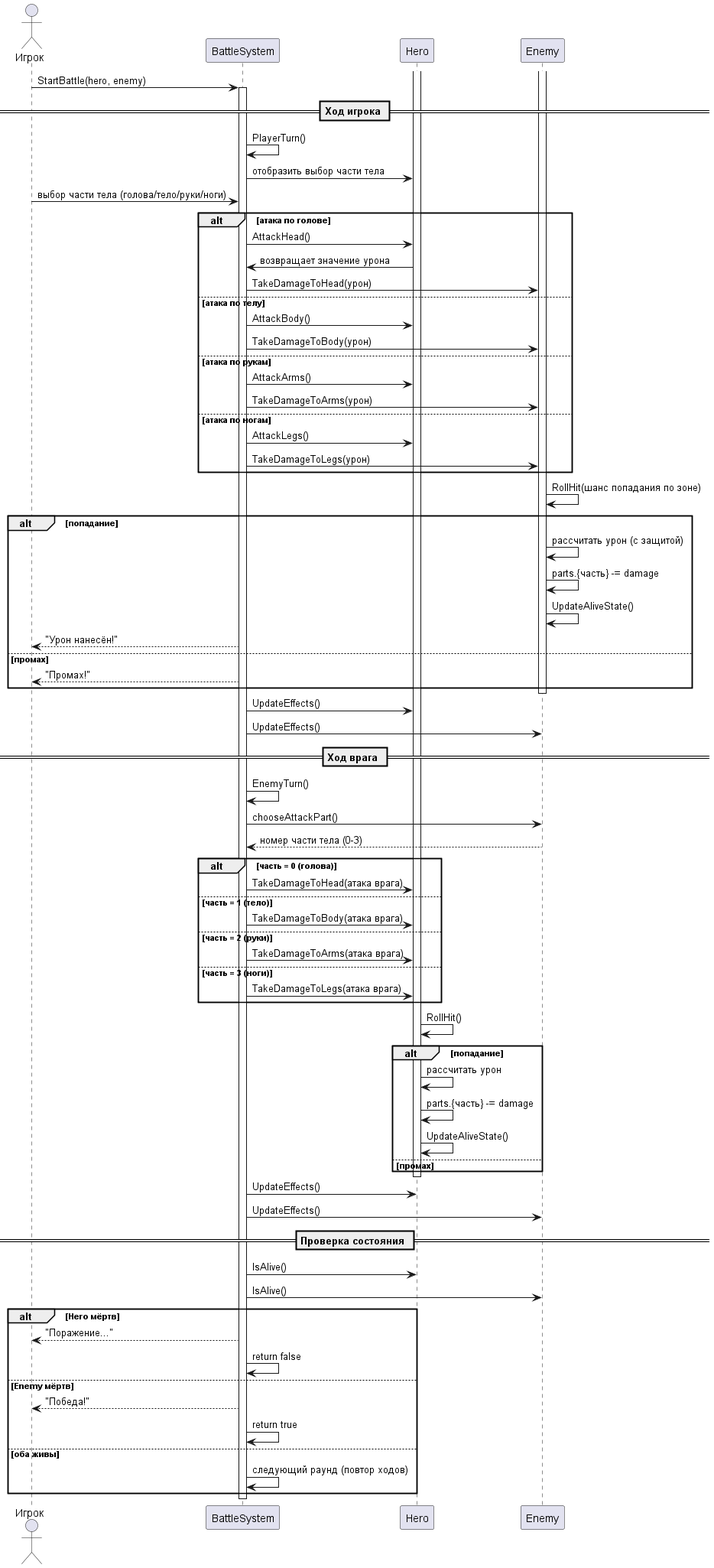
Vovok777/Leaf-Of-Sakura keeps this PlantUML diagram as UML/sequense.png. Above is the earlier version. Its diagram source:
```plantuml
@startuml

actor Игрок as Player
participant "BattleSystem" as Battle
participant "Hero" as Hero
participant "Enemy" as Enemy

Player -> Battle: StartBattle(hero, enemy)
activate Battle

== Ход игрока ==
Battle -> Battle: PlayerTurn()
Battle -> Hero: отобразить выбор части тела
Player -> Battle: выбор части тела (голова/тело/руки/ноги)

alt атака по голове
    Battle -> Hero: AttackHead()
    Hero -> Battle: возвращает значение урона
    Battle -> Enemy: TakeDamageToHead(урон)
else атака по телу
    Battle -> Hero: AttackBody()
    Battle -> Enemy: TakeDamageToBody(урон)
else атака по рукам
    Battle -> Hero: AttackArms()
    Battle -> Enemy: TakeDamageToArms(урон)
else атака по ногам
    Battle -> Hero: AttackLegs()
    Battle -> Enemy: TakeDamageToLegs(урон)
end

activate Enemy
Enemy -> Enemy: RollHit(шанс попадания по зоне)
alt попадание
    Enemy -> Enemy: рассчитать урон (с защитой)
    Enemy -> Enemy: parts.{часть} -= damage
    Enemy -> Enemy: UpdateAliveState()
    Battle --> Player: "Урон нанесён!"
else промах
    Battle --> Player: "Промах!"
end
deactivate Enemy

Battle -> Hero: UpdateEffects()
Battle -> Enemy: UpdateEffects()

== Ход врага ==
Battle -> Battle: EnemyTurn()
Battle -> Enemy: chooseAttackPart()
Enemy --> Battle: номер части тела (0-3)

alt часть = 0 (голова)
    Battle -> Hero: TakeDamageToHead(атака врага)
else часть = 1 (тело)
    Battle -> Hero: TakeDamageToBody(атака врага)
else часть = 2 (руки)
    Battle -> Hero: TakeDamageToArms(атака врага)
else часть = 3 (ноги)
    Battle -> Hero: TakeDamageToLegs(атака врага)
end

activate Hero
Hero -> Hero: RollHit()
alt попадание
    Hero -> Hero: рассчитать урон
    Hero -> Hero: parts.{часть} -= damage
    Hero -> Hero: UpdateAliveState()
else промах
end
deactivate Hero

Battle -> Hero: UpdateEffects()
Battle -> Enemy: UpdateEffects()

== Проверка состояния ==
Battle -> Hero: IsAlive()
Battle -> Enemy: IsAlive()

alt Hero мёртв
    Battle --> Player: "Поражение..."
    Battle -> Battle: return false
else Enemy мёртв
    Battle --> Player: "Победа!"
    Battle -> Battle: return true
else оба живы
    Battle -> Battle: следующий раунд (повтор ходов)
end

deactivate Battle

@enduml
```
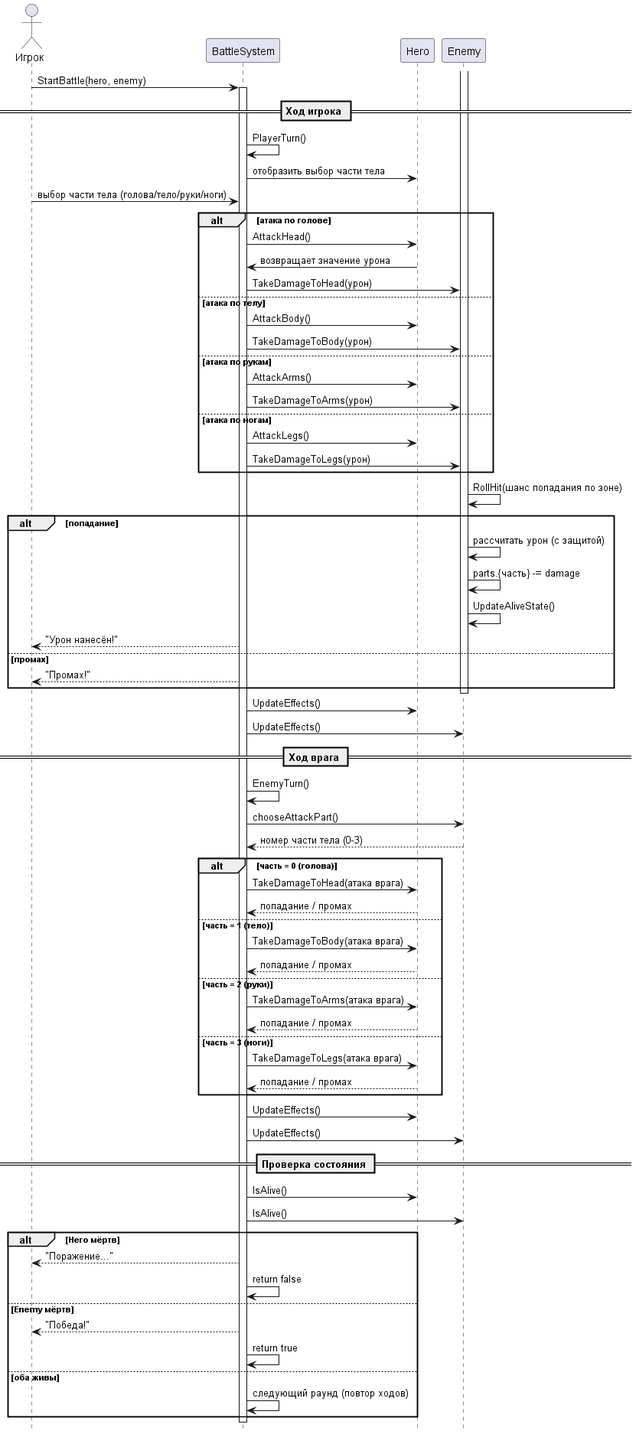
The same file after the commit.

Diff of the diagram source:
```diff
@@ -1,4 +1,5 @@
 @startuml
+hide footbox
 
 actor Игрок as Player
 participant "BattleSystem" as Battle
@@ -50,23 +51,17 @@
 
 alt часть = 0 (голова)
     Battle -> Hero: TakeDamageToHead(атака врага)
+    Hero --> Battle: попадание / промах
 else часть = 1 (тело)
     Battle -> Hero: TakeDamageToBody(атака врага)
+    Hero --> Battle: попадание / промах
 else часть = 2 (руки)
     Battle -> Hero: TakeDamageToArms(атака врага)
+    Hero --> Battle: попадание / промах
 else часть = 3 (ноги)
     Battle -> Hero: TakeDamageToLegs(атака врага)
+    Hero --> Battle: попадание / промах
 end
-
-activate Hero
-Hero -> Hero: RollHit()
-alt попадание
-    Hero -> Hero: рассчитать урон
-    Hero -> Hero: parts.{часть} -= damage
-    Hero -> Hero: UpdateAliveState()
-else промах
-end
-deactivate Hero
 
 Battle -> Hero: UpdateEffects()
 Battle -> Enemy: UpdateEffects()
```
